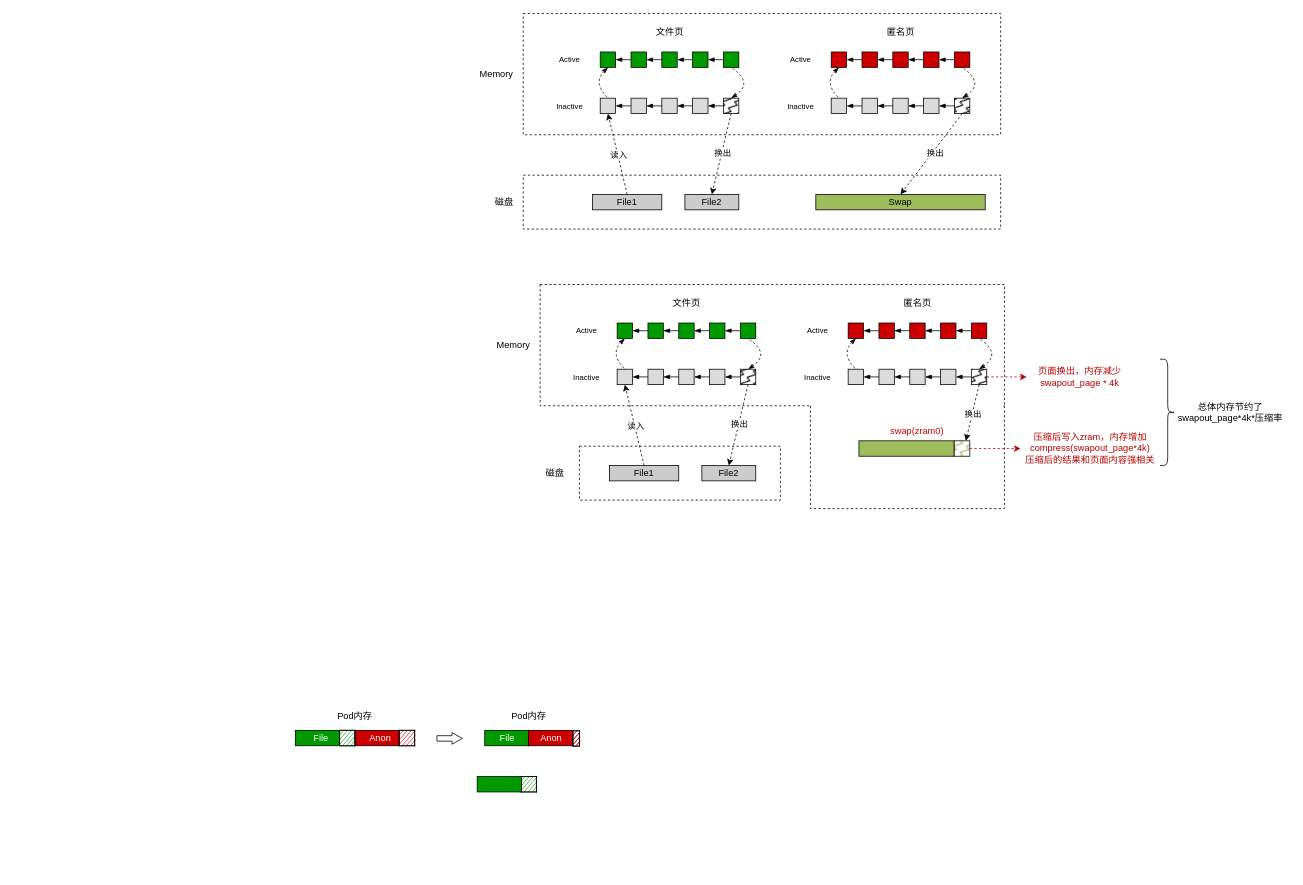
payall4u/draw.io keeps this draw.io diagram as memorycompress.drawio. Above is the earlier version. Source tidied: cells renumbered, new cells numbered last; positions are measured from the earlier drawing's top-left corner, leaving out a move shared by most shapes. Both pictures are drawn from the tidied source at 77%, with x=0, y=0 at pixel (295, 13).
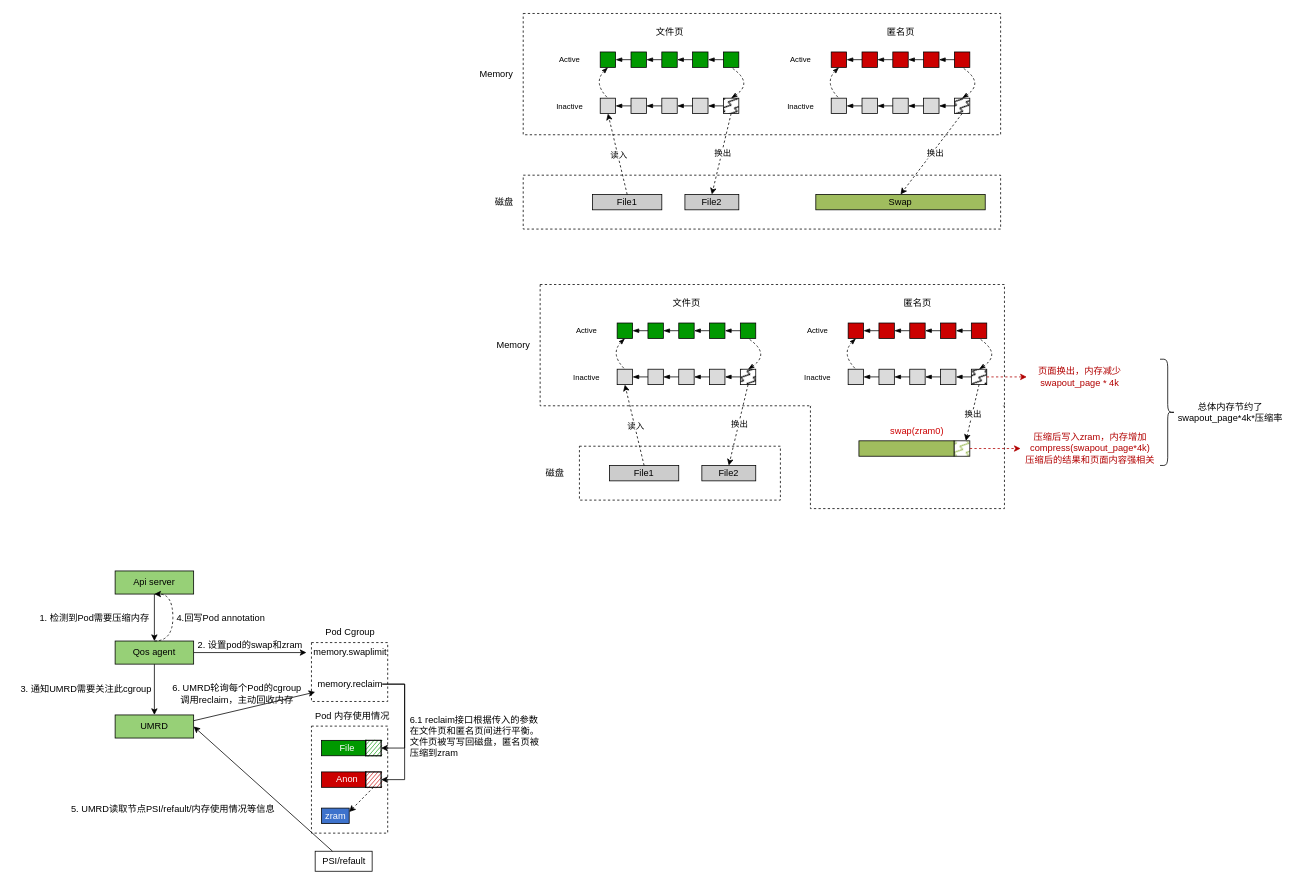
The same page after the edit.

The edit, as a diff of the source:
```diff
@@
+    <mxCell id="146" style="rounded=0;whiteSpace=wrap;html=1;dashed=1;" parent="1" vertex="1">
+      <mxGeometry x="21" y="925.5" width="99" height="139" as="geometry" />
+    </mxCell>
@@
     <mxCell id="130" style="rounded=0;whiteSpace=wrap;html=1;fillColor=#009900;" parent="1" vertex="1">
-      <mxGeometry y="931" width="57.5" height="20" as="geometry" />
+      <mxGeometry x="34" y="944" width="57.5" height="20" as="geometry" />
     </mxCell>
     <mxCell id="131" style="rounded=0;whiteSpace=wrap;html=1;fillColor=#CC0000;" parent="1" vertex="1">
-      <mxGeometry x="77.5" y="931" width="57.5" height="20" as="geometry" />
+      <mxGeometry x="34" y="985" width="57.5" height="20" as="geometry" />
     </mxCell>
+    <mxCell id="147" style="rounded=0;jettySize=auto;html=1;exitX=0.5;exitY=1;exitDx=0;exitDy=0;entryX=1;entryY=0.25;entryDx=0;entryDy=0;dashed=1;" parent="1" edge="1" source="132" target="148">
+      <mxGeometry relative="1" as="geometry" />
+    </mxCell>
     <mxCell id="132" style="rounded=0;whiteSpace=wrap;html=1;fillColor=#CC0000;fillStyle=auto;gradientColor=none;fixDash=0;backgroundOutline=0;fillOpacity=100;strokeOpacity=100;shadow=0;sketch=1;curveFitting=0;jiggle=0;sketchStyle=rough;hachureGap=-2;hachureAngle=-41;" parent="1" vertex="1">
-      <mxGeometry x="135" y="931" width="20" height="20" as="geometry" />
+      <mxGeometry x="91.5" y="985" width="20" height="20" as="geometry" />
     </mxCell>
     <mxCell id="133" style="rounded=0;whiteSpace=wrap;html=1;fillColor=#009900;fillStyle=auto;gradientColor=none;fixDash=0;backgroundOutline=0;fillOpacity=100;strokeOpacity=100;shadow=0;sketch=1;curveFitting=0;jiggle=0;sketchStyle=rough;hachureGap=-2;hachureAngle=-41;" parent="1" vertex="1">
-      <mxGeometry x="57.5" y="931" width="20" height="20" as="geometry" />
+      <mxGeometry x="91.5" y="944" width="20" height="20" as="geometry" />
     </mxCell>
     <mxCell id="134" value="Anon" style="text;html=1;align=center;verticalAlign=middle;strokeColor=none;fillColor=none;fontColor=#FFFFFF;" parent="1" vertex="1">
-      <mxGeometry x="87" y="928" width="46" height="26" as="geometry" />
+      <mxGeometry x="43.5" y="982" width="46" height="26" as="geometry" />
     </mxCell>
     <mxCell id="135" value="File" style="text;html=1;align=center;verticalAlign=middle;strokeColor=none;fillColor=none;fontColor=#FFFFFF;" parent="1" vertex="1">
-      <mxGeometry x="14.5" y="928" width="37" height="26" as="geometry" />
+      <mxGeometry x="48.5" y="941" width="37" height="26" as="geometry" />
     </mxCell>
-    <mxCell id="136" value="Pod内存" style="text;html=1;align=center;verticalAlign=middle;strokeColor=none;fillColor=none;" parent="1" vertex="1">
-      <mxGeometry x="45.5" y="900" width="63" height="26" as="geometry" />
+    <mxCell id="136" value="Pod 内存使用情况" style="text;html=1;align=center;verticalAlign=middle;strokeColor=none;fillColor=none;" parent="1" vertex="1">
+      <mxGeometry x="16" y="899.5" width="115" height="26" as="geometry" />
     </mxCell>
-    <mxCell id="137" style="rounded=0;whiteSpace=wrap;html=1;fillColor=#009900;" parent="1" vertex="1">
-      <mxGeometry x="246" y="931" width="57.5" height="20" as="geometry" />
-    </mxCell>
-    <mxCell id="138" style="rounded=0;whiteSpace=wrap;html=1;fillColor=#CC0000;" parent="1" vertex="1">
-      <mxGeometry x="303" y="931" width="57.5" height="20" as="geometry" />
-    </mxCell>
-    <mxCell id="139" style="rounded=0;whiteSpace=wrap;html=1;fillColor=#009900;fillStyle=auto;gradientColor=none;fixDash=0;backgroundOutline=0;fillOpacity=100;strokeOpacity=100;shadow=0;sketch=1;curveFitting=0;jiggle=0;sketchStyle=rough;hachureGap=-2;hachureAngle=-41;" parent="1" vertex="1">
-      <mxGeometry x="293.2" y="991" width="20" height="20" as="geometry" />
-    </mxCell>
-    <mxCell id="140" value="Anon" style="text;html=1;align=center;verticalAlign=middle;strokeColor=none;fillColor=none;fontColor=#FFFFFF;" parent="1" vertex="1">
-      <mxGeometry x="308.8" y="928" width="46" height="26" as="geometry" />
-    </mxCell>
-    <mxCell id="141" value="File" style="text;html=1;align=center;verticalAlign=middle;strokeColor=none;fillColor=none;fontColor=#FFFFFF;" parent="1" vertex="1">
-      <mxGeometry x="256.2" y="928" width="37" height="26" as="geometry" />
-    </mxCell>
-    <mxCell id="142" value="Pod内存" style="text;html=1;align=center;verticalAlign=middle;strokeColor=none;fillColor=none;" parent="1" vertex="1">
-      <mxGeometry x="271" y="900" width="63" height="26" as="geometry" />
-    </mxCell>
-    <mxCell id="143" style="shape=singleArrow;whiteSpace=wrap;html=1;arrowWidth=0.4740484429065712;arrowSize=0.4085561497326198;" parent="1" vertex="1">
-      <mxGeometry x="184" y="934" width="33" height="15" as="geometry" />
-    </mxCell>
-    <mxCell id="144" style="rounded=0;whiteSpace=wrap;html=1;fillColor=#009900;" parent="1" vertex="1">
-      <mxGeometry x="236.2" y="991" width="57.5" height="20" as="geometry" />
-    </mxCell>
-    <mxCell id="145" style="rounded=0;whiteSpace=wrap;html=1;fillColor=#CC0000;fillStyle=hachure;gradientColor=none;fixDash=0;backgroundOutline=0;fillOpacity=100;strokeOpacity=100;shadow=0;sketch=1;curveFitting=0;jiggle=0;sketchStyle=rough;hachureGap=-30;hachureAngle=-41;fillWeight=1;" parent="1" vertex="1">
-      <mxGeometry x="360.5" y="931.5" width="8.5" height="20" as="geometry" />
-    </mxCell>
+    <mxCell id="148" style="rounded=0;whiteSpace=wrap;html=1;fillColor=#3D72CC;" parent="1" vertex="1">
+      <mxGeometry x="34" y="1032" width="36" height="20" as="geometry" />
+    </mxCell>
+    <mxCell id="149" value="zram" style="text;html=1;align=center;verticalAlign=middle;strokeColor=none;fillColor=none;fontColor=#FFFFFF;" parent="1" vertex="1">
+      <mxGeometry x="29.5" y="1029" width="45" height="26" as="geometry" />
+    </mxCell>
+    <mxCell id="150" style="rounded=0;jettySize=auto;html=1;exitX=1;exitY=0.5;exitDx=0;exitDy=0;startArrow=classic;startFill=1;endArrow=none;endFill=0;" parent="1" edge="1" source="151" target="167">
+      <mxGeometry relative="1" as="geometry" />
+    </mxCell>
+    <mxCell id="151" value="UMRD" style="whiteSpace=wrap;html=1;fillStyle=hachure;fillColor=#97D077;fillWeight=-1;" parent="1" vertex="1">
+      <mxGeometry x="-234" y="911" width="102" height="30" as="geometry" />
+    </mxCell>
+    <mxCell id="152" style="rounded=0;jettySize=auto;html=1;exitX=1;exitY=0.5;exitDx=0;exitDy=0;" parent="1" edge="1" source="154" target="159">
+      <mxGeometry relative="1" as="geometry" />
+    </mxCell>
+    <mxCell id="153" style="edgeStyle=orthogonalEdgeStyle;rounded=0;jettySize=auto;html=1;exitX=0.5;exitY=1;exitDx=0;exitDy=0;entryX=0.5;entryY=0;entryDx=0;entryDy=0;" parent="1" edge="1" source="154" target="151">
+      <mxGeometry relative="1" as="geometry" />
+    </mxCell>
+    <mxCell id="154" value="Qos agent" style="whiteSpace=wrap;html=1;fillStyle=hachure;fillColor=#97D077;fillWeight=-1;" parent="1" vertex="1">
+      <mxGeometry x="-234" y="815" width="102" height="30" as="geometry" />
+    </mxCell>
+    <mxCell id="155" style="edgeStyle=orthogonalEdgeStyle;rounded=0;jettySize=auto;html=1;exitX=0.5;exitY=1;exitDx=0;exitDy=0;entryX=0.5;entryY=0;entryDx=0;entryDy=0;" parent="1" edge="1" source="156" target="154">
+      <mxGeometry relative="1" as="geometry" />
+    </mxCell>
+    <mxCell id="156" value="Api server" style="whiteSpace=wrap;html=1;fillStyle=hachure;fillColor=#97D077;fillWeight=-1;" parent="1" vertex="1">
+      <mxGeometry x="-234" y="724" width="102" height="30" as="geometry" />
+    </mxCell>
+    <mxCell id="157" value="1. 检测到Pod需要压缩内存" style="text;html=1;align=center;verticalAlign=middle;strokeColor=none;fillColor=none;" parent="1" vertex="1">
+      <mxGeometry x="-342" y="772" width="161" height="26" as="geometry" />
+    </mxCell>
+    <mxCell id="158" style="rounded=0;whiteSpace=wrap;html=1;dashed=1;" parent="1" vertex="1">
+      <mxGeometry x="21" y="817" width="99" height="76.5" as="geometry" />
+    </mxCell>
+    <mxCell id="159" value="memory.swaplimit" style="text;html=1;align=center;verticalAlign=middle;points=[];strokeColor=none;fillColor=none;" parent="1" vertex="1">
+      <mxGeometry x="14.5" y="817" width="113" height="26" as="geometry" />
+    </mxCell>
+    <mxCell id="160" value="Pod Cgroup" style="text;html=1;align=center;verticalAlign=middle;strokeColor=none;fillColor=none;" parent="1" vertex="1">
+      <mxGeometry x="30" y="791" width="82" height="26" as="geometry" />
+    </mxCell>
+    <mxCell id="161" value="2. 设置pod的swap和zram" style="text;html=1;align=center;verticalAlign=middle;strokeColor=none;fillColor=none;" parent="1" vertex="1">
+      <mxGeometry x="-136" y="808" width="154" height="26" as="geometry" />
+    </mxCell>
+    <mxCell id="162" value="memory.reclaim" style="text;html=1;align=center;verticalAlign=middle;strokeColor=none;fillColor=none;spacing=0;" parent="1" vertex="1">
+      <mxGeometry x="21.5" y="860" width="98" height="22" as="geometry" />
+    </mxCell>
+    <mxCell id="163" value="3. 通知UMRD需要关注此cgroup" style="text;html=1;align=center;verticalAlign=middle;strokeColor=none;fillColor=none;" parent="1" vertex="1">
+      <mxGeometry x="-366" y="865" width="188" height="26" as="geometry" />
+    </mxCell>
+    <mxCell id="164" value="5. UMRD读取节点PSI/refault/内存使用情况等信息" style="text;html=1;align=center;verticalAlign=middle;strokeColor=none;fillColor=none;" parent="1" vertex="1">
+      <mxGeometry x="-301" y="1020" width="283" height="26" as="geometry" />
+    </mxCell>
+    <mxCell id="165" style="edgeStyle=orthogonalEdgeStyle;jettySize=auto;html=1;exitX=0.5;exitY=0;exitDx=0;exitDy=0;entryX=0.5;entryY=1;entryDx=0;entryDy=0;dashed=1;curved=1;" parent="1" edge="1" source="154" target="156">
+      <mxGeometry relative="1" as="geometry">
+        <Array as="points">
+          <mxPoint x="-159" y="815" />
+          <mxPoint x="-159" y="754" />
+        </Array>
+      </mxGeometry>
+    </mxCell>
+    <mxCell id="166" value="4.回写Pod annotation" style="text;html=1;align=center;verticalAlign=middle;strokeColor=none;fillColor=none;" parent="1" vertex="1">
+      <mxGeometry x="-164" y="772" width="133" height="26" as="geometry" />
+    </mxCell>
+    <mxCell id="167" value="PSI/refault" style="text;html=1;align=center;verticalAlign=middle;points=[];strokeColor=default;fillColor=none;" parent="1" vertex="1">
+      <mxGeometry x="25.8" y="1088" width="74" height="26" as="geometry" />
+    </mxCell>
+    <mxCell id="168" style="rounded=0;jettySize=auto;html=1;exitX=1;exitY=0.25;exitDx=0;exitDy=0;" parent="1" edge="1" source="151" target="170">
+      <mxGeometry relative="1" as="geometry" />
+    </mxCell>
+    <mxCell id="169" style="endArrow=classic;html=1;rounded=0;exitX=1;exitY=0.5;exitDx=0;exitDy=0;entryX=1;entryY=0.5;entryDx=0;entryDy=0;edgeStyle=orthogonalEdgeStyle;" parent="1" edge="1" source="170" target="133">
+      <mxGeometry relative="1" as="geometry">
+        <Array as="points">
+          <mxPoint x="142" y="871" />
+          <mxPoint x="142" y="954" />
+        </Array>
+      </mxGeometry>
+    </mxCell>
+    <mxCell id="170" style="rounded=0;whiteSpace=wrap;html=1;strokeColor=none;fillColor=none;" parent="1" vertex="1">
+      <mxGeometry x="25.8" y="860" width="87.2" height="22" as="geometry" />
+    </mxCell>
+    <mxCell id="171" style="endArrow=classic;html=1;rounded=0;exitX=1;exitY=0.5;exitDx=0;exitDy=0;entryX=1;entryY=0.5;entryDx=0;entryDy=0;edgeStyle=orthogonalEdgeStyle;" parent="1" edge="1" source="170" target="132">
+      <mxGeometry relative="1" as="geometry">
+        <Array as="points">
+          <mxPoint x="142" y="871" />
+          <mxPoint x="142" y="995" />
+        </Array>
+      </mxGeometry>
+    </mxCell>
+    <mxCell id="172" value="6. UMRD轮询每个Pod的cgroup&lt;br&gt;调用reclaim，主动回收内存" style="text;html=1;align=center;verticalAlign=middle;strokeColor=none;fillColor=none;" parent="1" vertex="1">
+      <mxGeometry x="-169" y="863" width="185" height="41" as="geometry" />
+    </mxCell>
+    <mxCell id="173" value="6.1 reclaim接口根据传入的参数&lt;br&gt;在文件页和匿名页间进行平衡。&lt;br&gt;文件页被写写回磁盘，匿名页被&lt;br&gt;压缩到zram" style="text;html=1;align=left;verticalAlign=middle;strokeColor=none;fillColor=none;" parent="1" vertex="1">
+      <mxGeometry x="147" y="904" width="186" height="70" as="geometry" />
+    </mxCell>
```
